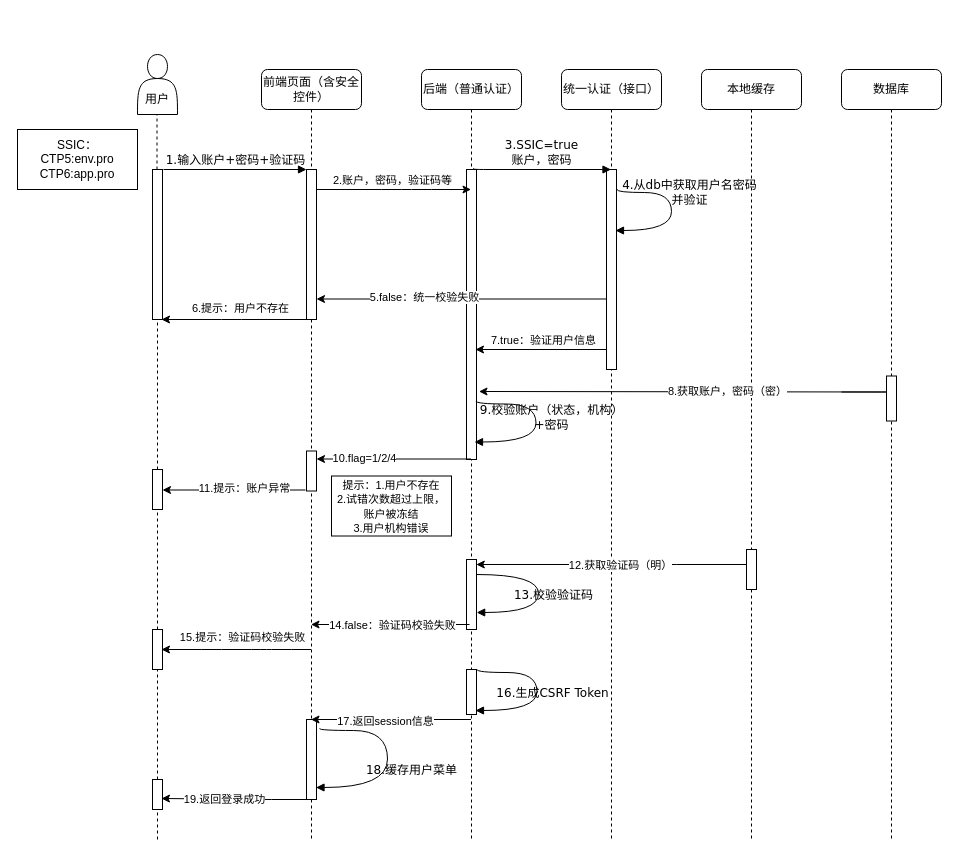
This is Untitled Diagram.drawio from qianxiaomai0316/TortoiseGitTest, a draw.io file, before an edit. Source tidied: cells renumbered, new cells numbered last; positions are measured from the earlier drawing's top-left corner, leaving out a move shared by most shapes. Both pictures are drawn from the tidied source at 100%, with x=0, y=0 at pixel (17, 54).
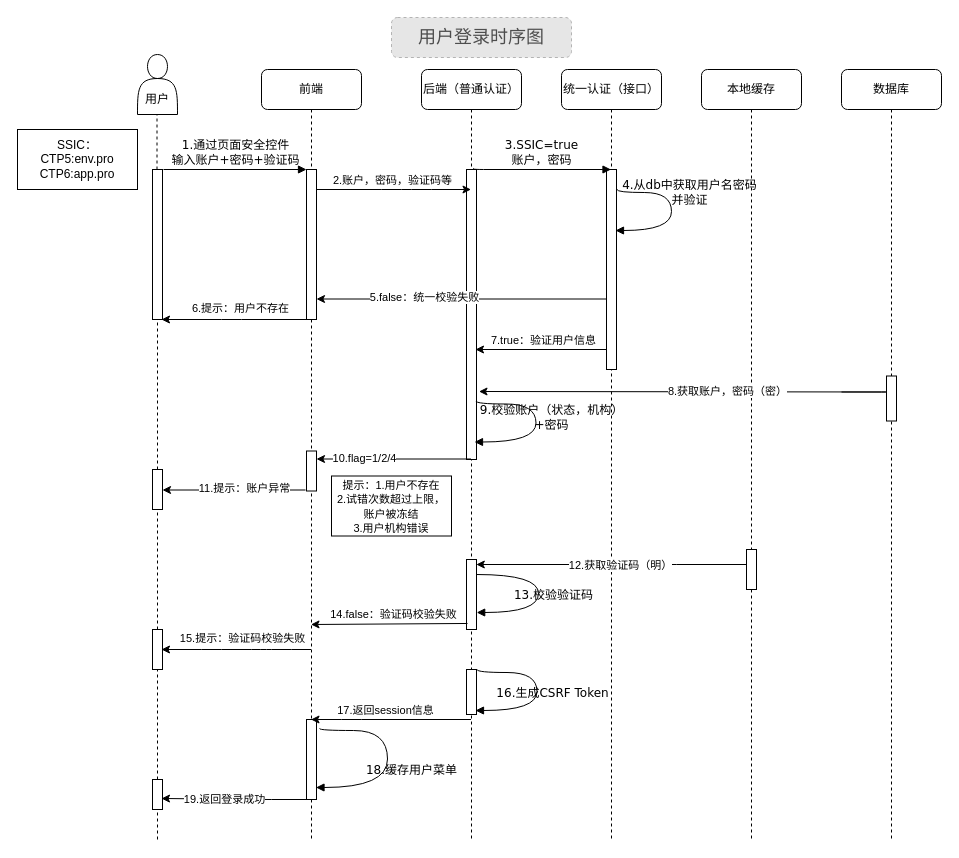
After the change.

The change refers to these unchanged cells:
```xml
<mxCell id="3" style="html=1;points=[];perimeter=orthogonalPerimeter;rounded=0;shadow=0;comic=0;labelBackgroundColor=none;strokeWidth=1;fontFamily=Verdana;fontSize=12;align=center;" parent="2" vertex="1">
  <mxGeometry x="45" y="100" width="10" height="150" as="geometry" />
</mxCell>
<mxCell id="9" style="html=1;points=[];perimeter=orthogonalPerimeter;rounded=0;shadow=0;comic=0;labelBackgroundColor=none;strokeWidth=1;fontFamily=Verdana;fontSize=12;align=center;" parent="6" vertex="1">
  <mxGeometry x="45" y="490" width="10" height="70" as="geometry" />
</mxCell>
<mxCell id="26" style="html=1;points=[];perimeter=orthogonalPerimeter;rounded=0;shadow=0;comic=0;labelBackgroundColor=none;strokeWidth=1;fontFamily=Verdana;fontSize=12;align=center;" parent="1" vertex="1">
  <mxGeometry x="135" y="115" width="10" height="150" as="geometry" />
</mxCell>
<mxCell id="37" style="endArrow=classic;html=1;strokeColor=#000000;" parent="1" edge="1">
  <mxGeometry relative="1" as="geometry">
    <mxPoint x="293.5" y="595" as="sourcePoint" />
    <mxPoint x="144" y="595" as="targetPoint" />
    <Array as="points">
      <mxPoint x="264" y="595" />
      <mxPoint x="244" y="595" />
      <mxPoint x="194" y="595" />
    </Array>
  </mxGeometry>
</mxCell>
<mxCell id="46" style="endArrow=classic;html=1;strokeColor=#000000;" parent="1" edge="1">
  <mxGeometry relative="1" as="geometry">
    <mxPoint x="453.5" y="665" as="sourcePoint" />
    <mxPoint x="293.5" y="665" as="targetPoint" />
    <Array as="points">
      <mxPoint x="334" y="665" />
    </Array>
  </mxGeometry>
</mxCell>
```

What changed in the source:
```diff
@@
-    <mxCell id="2" value="前端页面（含安全控件）" style="shape=umlLifeline;perimeter=lifelinePerimeter;whiteSpace=wrap;html=1;outlineConnect=0;rounded=1;shadow=0;comic=0;labelBackgroundColor=none;strokeWidth=1;fontFamily=Verdana;fontSize=12;align=center;" parent="1" vertex="1">
+    <mxCell id="2" value="前端" style="shape=umlLifeline;perimeter=lifelinePerimeter;whiteSpace=wrap;html=1;outlineConnect=0;rounded=1;shadow=0;comic=0;labelBackgroundColor=none;strokeWidth=1;fontFamily=Verdana;fontSize=12;align=center;" parent="1" vertex="1">
       <mxGeometry x="244" y="15" width="100" height="770" as="geometry" />
     </mxCell>
@@
-    <mxCell id="16" value="1.输入账户+密码+验证码" style="html=1;verticalAlign=bottom;endArrow=block;entryX=0;entryY=0;labelBackgroundColor=none;fontFamily=Verdana;fontSize=12;edgeStyle=elbowEdgeStyle;elbow=vertical;exitX=1.1;exitY=0;exitDx=0;exitDy=0;exitPerimeter=0;" parent="1" edge="1" source="26" target="3">
+    <mxCell id="16" value="1.通过页面安全控件&lt;br&gt;输入账户+密码+验证码" style="html=1;verticalAlign=bottom;endArrow=block;entryX=0;entryY=0;labelBackgroundColor=none;fontFamily=Verdana;fontSize=12;edgeStyle=elbowEdgeStyle;elbow=vertical;exitX=1.1;exitY=0;exitDx=0;exitDy=0;exitPerimeter=0;" parent="1" edge="1" source="26" target="3">
       <mxGeometry relative="1" as="geometry" />
     </mxCell>
@@
-    <mxCell id="33" style="endArrow=classic;html=1;strokeColor=#000000;exitX=0.3;exitY=0.995;exitDx=0;exitDy=0;exitPerimeter=0;" parent="1" edge="1">
+    <mxCell id="33" style="endArrow=classic;html=1;strokeColor=#000000;exitX=0.1;exitY=0.914;exitDx=0;exitDy=0;exitPerimeter=0;" parent="1" edge="1" source="9">
       <mxGeometry relative="1" as="geometry">
-        <mxPoint x="452" y="570" as="sourcePoint" />
         <mxPoint x="293.5" y="570" as="targetPoint" />
       </mxGeometry>
     </mxCell>
     <mxCell id="34" value="14.false：验证码校验失败" style="edgeLabel;html=1;align=center;verticalAlign=middle;" parent="33" vertex="1">
       <mxGeometry x="0.6" y="-1" relative="1" as="geometry">
-        <mxPoint x="49" y="1" as="offset" />
+        <mxPoint x="51" y="-9" as="offset" />
       </mxGeometry>
     </mxCell>
@@
     <mxCell id="38" value="15.提示：验证码校验失败" style="edgeLabel;html=1;align=center;verticalAlign=middle;" parent="37" vertex="1">
       <mxGeometry x="0.3" y="1" relative="1" as="geometry">
-        <mxPoint x="27.5" y="-14" as="offset" />
+        <mxPoint x="27.5" y="-13" as="offset" />
       </mxGeometry>
     </mxCell>
@@
     <mxCell id="47" value="17.返回session信息" style="edgeLabel;html=1;align=center;verticalAlign=middle;" parent="46" vertex="1">
       <mxGeometry x="0.09" y="1" relative="1" as="geometry">
-        <mxPoint x="1" as="offset" />
+        <mxPoint x="1" y="-11" as="offset" />
       </mxGeometry>
     </mxCell>
@@
+    <mxCell id="59" value="&lt;span style=&quot;font-size: 18px&quot;&gt;&lt;font color=&quot;#4d4d4d&quot;&gt;用户登录时序图&lt;/font&gt;&lt;/span&gt;" style="rounded=1;whiteSpace=wrap;html=1;fillColor=#E6E6E6;dashed=1;strokeColor=#B3B3B3;" parent="1" vertex="1">
+      <mxGeometry x="374" y="-37" width="180" height="40" as="geometry" />
+    </mxCell>
```
